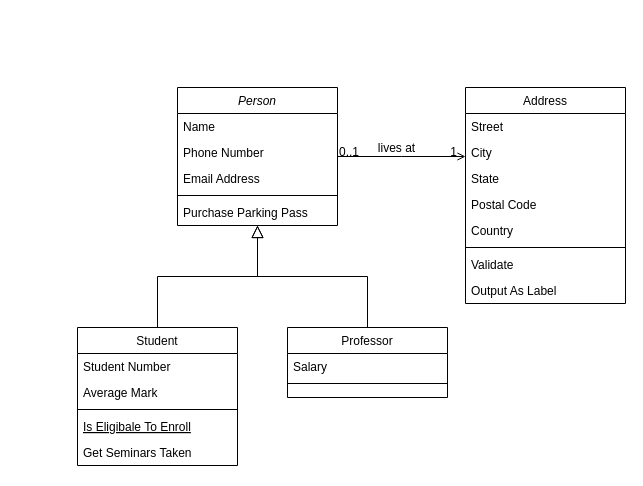
The draw.io diagram Untitled Diagram.drawio in devpilot-official/chat, before the edit. Source tidied: cells renumbered, new cells numbered last; positions are measured from the earlier drawing's top-left corner, leaving out a move shared by most shapes. Both pictures are drawn from the tidied source at 100%, with x=0, y=0 at pixel (77, 87).
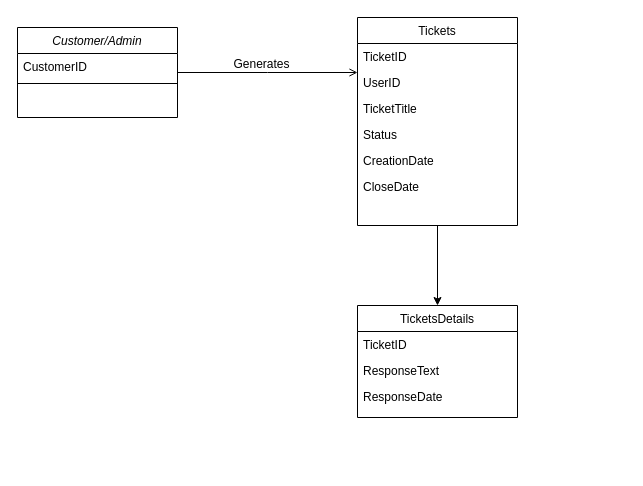
Above is the later version.

Commit message:
Syarpa Admin Ticketing

Unchanged cells that the change refers to:
```xml
<mxCell id="28" style="endArrow=open;shadow=0;strokeWidth=1;rounded=0;endFill=1;edgeStyle=elbowEdgeStyle;elbow=vertical;" parent="1" edge="1" source="2" target="19">
  <mxGeometry x="0.5" y="41" relative="1" as="geometry">
    <mxPoint x="-40" y="32" as="offset" />
  </mxGeometry>
</mxCell>
```

The edit, as a diff of the source:
```diff
@@
-    <mxCell id="2" value="Person" style="swimlane;fontStyle=2;align=center;verticalAlign=top;horizontal=1;startSize=26;rounded=0;shadow=0;strokeWidth=1;" parent="1" vertex="1">
-      <mxGeometry x="100" width="160" height="138" as="geometry" />
+    <mxCell id="2" value="Customer/Admin" style="swimlane;fontStyle=2;align=center;verticalAlign=top;horizontal=1;startSize=26;rounded=0;shadow=0;strokeWidth=1;" parent="1" vertex="1">
+      <mxGeometry x="-60" y="-60" width="160" height="90" as="geometry" />
     </mxCell>
-    <mxCell id="3" value="Name" style="text;align=left;verticalAlign=top;spacingLeft=4;spacingRight=4;overflow=hidden;" parent="2" vertex="1">
+    <mxCell id="3" value="CustomerID" style="text;align=left;verticalAlign=top;spacingLeft=4;spacingRight=4;overflow=hidden;" parent="2" vertex="1">
       <mxGeometry y="26" width="160" height="26" as="geometry" />
     </mxCell>
-    <mxCell id="4" value="Phone Number" style="text;align=left;verticalAlign=top;spacingLeft=4;spacingRight=4;overflow=hidden;rounded=0;shadow=0;html=0;" parent="2" vertex="1">
-      <mxGeometry y="52" width="160" height="26" as="geometry" />
-    </mxCell>
-    <mxCell id="5" value="Email Address" style="text;align=left;verticalAlign=top;spacingLeft=4;spacingRight=4;overflow=hidden;rounded=0;shadow=0;html=0;" parent="2" vertex="1">
-      <mxGeometry y="78" width="160" height="26" as="geometry" />
-    </mxCell>
     <mxCell id="6" style="line;html=1;strokeWidth=1;align=left;verticalAlign=middle;spacingTop=-1;spacingLeft=3;spacingRight=3;labelPosition=right;" parent="2" vertex="1">
-      <mxGeometry y="104" width="160" height="8" as="geometry" />
+      <mxGeometry y="52" width="160" height="8" as="geometry" />
     </mxCell>
-    <mxCell id="7" value="Purchase Parking Pass" style="text;align=left;verticalAlign=top;spacingLeft=4;spacingRight=4;overflow=hidden;" parent="2" vertex="1">
-      <mxGeometry y="112" width="160" height="26" as="geometry" />
-    </mxCell>
-    <mxCell id="8" value="Student" style="swimlane;fontStyle=0;align=center;verticalAlign=top;horizontal=1;startSize=26;rounded=0;shadow=0;strokeWidth=1;" parent="1" vertex="1">
-      <mxGeometry y="240" width="160" height="138" as="geometry" />
-    </mxCell>
-    <mxCell id="9" value="Student Number" style="text;align=left;verticalAlign=top;spacingLeft=4;spacingRight=4;overflow=hidden;" parent="8" vertex="1">
-      <mxGeometry y="26" width="160" height="26" as="geometry" />
-    </mxCell>
-    <mxCell id="10" value="Average Mark" style="text;align=left;verticalAlign=top;spacingLeft=4;spacingRight=4;overflow=hidden;rounded=0;shadow=0;html=0;" parent="8" vertex="1">
-      <mxGeometry y="52" width="160" height="26" as="geometry" />
-    </mxCell>
-    <mxCell id="11" style="line;html=1;strokeWidth=1;align=left;verticalAlign=middle;spacingTop=-1;spacingLeft=3;spacingRight=3;labelPosition=right;" parent="8" vertex="1">
-      <mxGeometry y="78" width="160" height="8" as="geometry" />
-    </mxCell>
-    <mxCell id="12" value="Is Eligibale To Enroll" style="text;align=left;verticalAlign=top;spacingLeft=4;spacingRight=4;overflow=hidden;fontStyle=4;" parent="8" vertex="1">
-      <mxGeometry y="86" width="160" height="26" as="geometry" />
-    </mxCell>
-    <mxCell id="13" value="Get Seminars Taken" style="text;align=left;verticalAlign=top;spacingLeft=4;spacingRight=4;overflow=hidden;" parent="8" vertex="1">
-      <mxGeometry y="112" width="160" height="26" as="geometry" />
-    </mxCell>
-    <mxCell id="14" style="endArrow=block;endSize=10;endFill=0;shadow=0;strokeWidth=1;rounded=0;edgeStyle=elbowEdgeStyle;elbow=vertical;" parent="1" edge="1" source="8" target="2">
-      <mxGeometry relative="1" as="geometry" />
-    </mxCell>
-    <mxCell id="15" value="Professor" style="swimlane;fontStyle=0;align=center;verticalAlign=top;horizontal=1;startSize=26;rounded=0;shadow=0;strokeWidth=1;" parent="1" vertex="1">
-      <mxGeometry x="210" y="240" width="160" height="70" as="geometry" />
-    </mxCell>
-    <mxCell id="16" value="Salary" style="text;align=left;verticalAlign=top;spacingLeft=4;spacingRight=4;overflow=hidden;" parent="15" vertex="1">
-      <mxGeometry y="26" width="160" height="26" as="geometry" />
-    </mxCell>
-    <mxCell id="17" style="line;html=1;strokeWidth=1;align=left;verticalAlign=middle;spacingTop=-1;spacingLeft=3;spacingRight=3;labelPosition=right;" parent="15" vertex="1">
-      <mxGeometry y="52" width="160" height="8" as="geometry" />
-    </mxCell>
-    <mxCell id="18" style="endArrow=block;endSize=10;endFill=0;shadow=0;strokeWidth=1;rounded=0;edgeStyle=elbowEdgeStyle;elbow=vertical;" parent="1" edge="1" source="15" target="2">
-      <mxGeometry relative="1" as="geometry" />
-    </mxCell>
+    <mxCell id="32" style="edgeStyle=orthogonalEdgeStyle;rounded=0;jettySize=auto;html=1;" parent="1" edge="1" source="19" target="34">
+      <mxGeometry relative="1" as="geometry" />
+    </mxCell>
-    <mxCell id="19" value="Address" style="swimlane;fontStyle=0;align=center;verticalAlign=top;horizontal=1;startSize=26;rounded=0;shadow=0;strokeWidth=1;" parent="1" vertex="1">
-      <mxGeometry x="388" width="160" height="216" as="geometry" />
+    <mxCell id="19" value="Tickets" style="swimlane;fontStyle=0;align=center;verticalAlign=top;horizontal=1;startSize=26;rounded=0;shadow=0;strokeWidth=1;" parent="1" vertex="1">
+      <mxGeometry x="280" y="-70" width="160" height="208" as="geometry" />
     </mxCell>
-    <mxCell id="20" value="Street" style="text;align=left;verticalAlign=top;spacingLeft=4;spacingRight=4;overflow=hidden;" parent="19" vertex="1">
+    <mxCell id="20" value="TicketID" style="text;align=left;verticalAlign=top;spacingLeft=4;spacingRight=4;overflow=hidden;" parent="19" vertex="1">
       <mxGeometry y="26" width="160" height="26" as="geometry" />
     </mxCell>
-    <mxCell id="21" value="City" style="text;align=left;verticalAlign=top;spacingLeft=4;spacingRight=4;overflow=hidden;rounded=0;shadow=0;html=0;" parent="19" vertex="1">
+    <mxCell id="21" value="UserID" style="text;align=left;verticalAlign=top;spacingLeft=4;spacingRight=4;overflow=hidden;rounded=0;shadow=0;html=0;" parent="19" vertex="1">
       <mxGeometry y="52" width="160" height="26" as="geometry" />
     </mxCell>
-    <mxCell id="22" value="State" style="text;align=left;verticalAlign=top;spacingLeft=4;spacingRight=4;overflow=hidden;rounded=0;shadow=0;html=0;" parent="19" vertex="1">
+    <mxCell id="22" value="TicketTitle" style="text;align=left;verticalAlign=top;spacingLeft=4;spacingRight=4;overflow=hidden;rounded=0;shadow=0;html=0;" parent="19" vertex="1">
       <mxGeometry y="78" width="160" height="26" as="geometry" />
     </mxCell>
-    <mxCell id="23" value="Postal Code" style="text;align=left;verticalAlign=top;spacingLeft=4;spacingRight=4;overflow=hidden;rounded=0;shadow=0;html=0;" parent="19" vertex="1">
+    <mxCell id="23" value="Status" style="text;align=left;verticalAlign=top;spacingLeft=4;spacingRight=4;overflow=hidden;rounded=0;shadow=0;html=0;" parent="19" vertex="1">
       <mxGeometry y="104" width="160" height="26" as="geometry" />
     </mxCell>
-    <mxCell id="24" value="Country" style="text;align=left;verticalAlign=top;spacingLeft=4;spacingRight=4;overflow=hidden;rounded=0;shadow=0;html=0;" parent="19" vertex="1">
+    <mxCell id="24" value="CreationDate" style="text;align=left;verticalAlign=top;spacingLeft=4;spacingRight=4;overflow=hidden;rounded=0;shadow=0;html=0;" parent="19" vertex="1">
       <mxGeometry y="130" width="160" height="26" as="geometry" />
     </mxCell>
-    <mxCell id="25" style="line;html=1;strokeWidth=1;align=left;verticalAlign=middle;spacingTop=-1;spacingLeft=3;spacingRight=3;labelPosition=right;" parent="19" vertex="1">
-      <mxGeometry y="156" width="160" height="8" as="geometry" />
-    </mxCell>
-    <mxCell id="26" value="Validate" style="text;align=left;verticalAlign=top;spacingLeft=4;spacingRight=4;overflow=hidden;" parent="19" vertex="1">
-      <mxGeometry y="164" width="160" height="26" as="geometry" />
-    </mxCell>
-    <mxCell id="27" value="Output As Label" style="text;align=left;verticalAlign=top;spacingLeft=4;spacingRight=4;overflow=hidden;" parent="19" vertex="1">
-      <mxGeometry y="190" width="160" height="26" as="geometry" />
-    </mxCell>
+    <mxCell id="33" value="CloseDate" style="text;align=left;verticalAlign=top;spacingLeft=4;spacingRight=4;overflow=hidden;rounded=0;shadow=0;html=0;" parent="19" vertex="1">
+      <mxGeometry y="156" width="160" height="26" as="geometry" />
+    </mxCell>
@@
-    <mxCell id="29" value="0..1" style="align=left;verticalAlign=bottom;labelBackgroundColor=none;fontSize=12;" parent="28" vertex="1">
-      <mxGeometry x="-1" relative="1" as="geometry">
-        <mxPoint y="4" as="offset" />
-      </mxGeometry>
-    </mxCell>
-    <mxCell id="30" value="1" style="align=right;verticalAlign=bottom;labelBackgroundColor=none;fontSize=12;" parent="28" vertex="1">
-      <mxGeometry x="1" relative="1" as="geometry">
-        <mxPoint x="-7" y="4" as="offset" />
-      </mxGeometry>
-    </mxCell>
-    <mxCell id="31" value="lives at" style="text;html=1;align=center;verticalAlign=middle;labelBackgroundColor=none;rounded=0;shadow=0;strokeWidth=1;fontSize=12;" parent="28" vertex="1">
+    <mxCell id="31" value="Generates" style="text;html=1;align=center;verticalAlign=middle;labelBackgroundColor=none;rounded=0;shadow=0;strokeWidth=1;fontSize=12;" parent="28" vertex="1">
       <mxGeometry x="0.5" y="49" relative="1" as="geometry">
-        <mxPoint x="-38" y="40" as="offset" />
+        <mxPoint x="-52" y="40" as="offset" />
       </mxGeometry>
     </mxCell>
+    <mxCell id="34" value="TicketsDetails" style="swimlane;fontStyle=0;align=center;verticalAlign=top;horizontal=1;startSize=26;rounded=0;shadow=0;strokeWidth=1;" parent="1" vertex="1">
+      <mxGeometry x="280" y="218" width="160" height="112" as="geometry" />
+    </mxCell>
+    <mxCell id="35" value="TicketID" style="text;align=left;verticalAlign=top;spacingLeft=4;spacingRight=4;overflow=hidden;" parent="34" vertex="1">
+      <mxGeometry y="26" width="160" height="26" as="geometry" />
+    </mxCell>
+    <mxCell id="36" value="ResponseText" style="text;align=left;verticalAlign=top;spacingLeft=4;spacingRight=4;overflow=hidden;rounded=0;shadow=0;html=0;" parent="34" vertex="1">
+      <mxGeometry y="52" width="160" height="26" as="geometry" />
+    </mxCell>
+    <mxCell id="37" value="ResponseDate" style="text;align=left;verticalAlign=top;spacingLeft=4;spacingRight=4;overflow=hidden;rounded=0;shadow=0;html=0;" parent="34" vertex="1">
+      <mxGeometry y="78" width="160" height="26" as="geometry" />
+    </mxCell>
```
